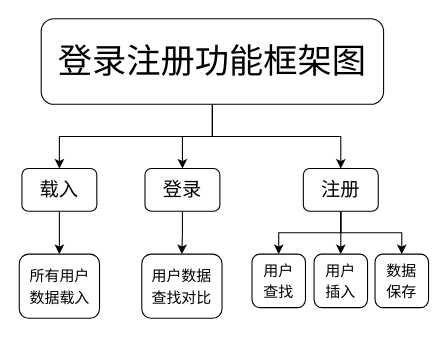
The draw.io diagram 程序设计-王者农药/未命名绘图.drawio in archerror/drawio, before the edit. Source tidied: cells renumbered, new cells numbered last; positions are measured from the earlier drawing's top-left corner, leaving out a move shared by most shapes. Both pictures are drawn from the tidied source at 107%, with x=0, y=0 at pixel (19, 18).
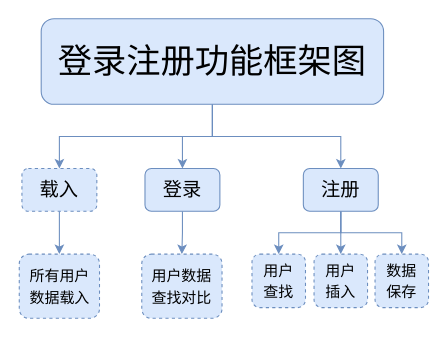
The same diagram, later.

Commit message:
更新未命名绘图.drawio

The edit, as a diff of the source:
```diff
@@
 <mxGraphModel>
   <root>
     <mxCell id="0" />
     <mxCell id="1" parent="0" />
-    <mxCell id="2" style="edgeStyle=orthogonalEdgeStyle;rounded=0;jettySize=auto;html=1;exitX=0.5;exitY=1;exitDx=0;exitDy=0;entryX=0.5;entryY=0;entryDx=0;entryDy=0;fontFamily=Times New Roman;fontSize=16;" parent="1" edge="1" source="5" target="9">
+    <mxCell id="2" style="edgeStyle=orthogonalEdgeStyle;rounded=0;jettySize=auto;html=1;exitX=0.5;exitY=1;exitDx=0;exitDy=0;entryX=0.5;entryY=0;entryDx=0;entryDy=0;fontFamily=Times New Roman;fontSize=16;fillColor=#dae8fc;strokeColor=#6c8ebf;" parent="1" edge="1" source="5" target="9">
       <mxGeometry relative="1" as="geometry" />
     </mxCell>
-    <mxCell id="3" style="edgeStyle=orthogonalEdgeStyle;rounded=0;jettySize=auto;html=1;fontFamily=Times New Roman;fontSize=16;" parent="1" edge="1" source="5" target="13">
+    <mxCell id="3" style="edgeStyle=orthogonalEdgeStyle;rounded=0;jettySize=auto;html=1;fontFamily=Times New Roman;fontSize=16;fillColor=#dae8fc;strokeColor=#6c8ebf;" parent="1" edge="1" source="5" target="13">
       <mxGeometry relative="1" as="geometry" />
     </mxCell>
-    <mxCell id="4" style="edgeStyle=orthogonalEdgeStyle;rounded=0;jettySize=auto;html=1;entryX=0.5;entryY=0;entryDx=0;entryDy=0;fontFamily=Times New Roman;fontSize=16;" parent="1" edge="1" source="5" target="7">
+    <mxCell id="4" style="edgeStyle=orthogonalEdgeStyle;rounded=0;jettySize=auto;html=1;entryX=0.5;entryY=0;entryDx=0;entryDy=0;fontFamily=Times New Roman;fontSize=16;fillColor=#dae8fc;strokeColor=#6c8ebf;" parent="1" edge="1" source="5" target="7">
       <mxGeometry relative="1" as="geometry" />
     </mxCell>
-    <mxCell id="5" value="登录注册功能框架图" style="rounded=1;whiteSpace=wrap;html=1;fontFamily=Times New Roman;fontSize=32;" parent="1" vertex="1">
+    <mxCell id="5" value="登录注册功能框架图" style="rounded=1;whiteSpace=wrap;html=1;fontFamily=Times New Roman;fontSize=32;fillColor=#dae8fc;strokeColor=#6c8ebf;" parent="1" vertex="1">
       <mxGeometry x="20" width="320" height="80" as="geometry" />
     </mxCell>
-    <mxCell id="6" style="edgeStyle=orthogonalEdgeStyle;rounded=0;jettySize=auto;html=1;fontFamily=Times New Roman;fontSize=16;" parent="1" edge="1" source="7" target="14">
+    <mxCell id="6" style="edgeStyle=orthogonalEdgeStyle;rounded=0;jettySize=auto;html=1;fontFamily=Times New Roman;fontSize=16;fillColor=#dae8fc;strokeColor=#6c8ebf;" parent="1" edge="1" source="7" target="14">
       <mxGeometry relative="1" as="geometry" />
     </mxCell>
-    <mxCell id="7" value="&lt;font style=&quot;font-size: 18px;&quot;&gt;载入&lt;/font&gt;" style="rounded=1;whiteSpace=wrap;html=1;fontFamily=Times New Roman;fontSize=16;" parent="1" vertex="1">
+    <mxCell id="7" value="&lt;font style=&quot;font-size: 18px;&quot;&gt;载入&lt;/font&gt;" style="rounded=1;whiteSpace=wrap;html=1;fontFamily=Times New Roman;fontSize=16;dashed=1;fillColor=#dae8fc;strokeColor=#6c8ebf;" parent="1" vertex="1">
       <mxGeometry x="2" y="140" width="70" height="40" as="geometry" />
     </mxCell>
-    <mxCell id="8" style="edgeStyle=orthogonalEdgeStyle;rounded=0;jettySize=auto;html=1;exitX=0.5;exitY=1;exitDx=0;exitDy=0;fontFamily=Times New Roman;fontSize=18;" parent="1" edge="1" source="9" target="15">
+    <mxCell id="8" style="edgeStyle=orthogonalEdgeStyle;rounded=0;jettySize=auto;html=1;exitX=0.5;exitY=1;exitDx=0;exitDy=0;fontFamily=Times New Roman;fontSize=18;fillColor=#dae8fc;strokeColor=#6c8ebf;" parent="1" edge="1" source="9" target="15">
       <mxGeometry relative="1" as="geometry" />
     </mxCell>
-    <mxCell id="9" value="&lt;font style=&quot;font-size: 18px;&quot;&gt;登录&lt;/font&gt;" style="rounded=1;whiteSpace=wrap;html=1;fontFamily=Times New Roman;fontSize=16;" parent="1" vertex="1">
+    <mxCell id="9" value="&lt;font style=&quot;font-size: 18px;&quot;&gt;登录&lt;/font&gt;" style="rounded=1;whiteSpace=wrap;html=1;fontFamily=Times New Roman;fontSize=16;fillColor=#dae8fc;strokeColor=#6c8ebf;" parent="1" vertex="1">
       <mxGeometry x="117" y="140" width="70" height="40" as="geometry" />
     </mxCell>
-    <mxCell id="10" style="edgeStyle=orthogonalEdgeStyle;rounded=0;jettySize=auto;html=1;entryX=0.5;entryY=0;entryDx=0;entryDy=0;fontFamily=Times New Roman;fontSize=18;" parent="1" edge="1" source="13" target="16">
+    <mxCell id="10" style="edgeStyle=orthogonalEdgeStyle;rounded=0;jettySize=auto;html=1;entryX=0.5;entryY=0;entryDx=0;entryDy=0;fontFamily=Times New Roman;fontSize=18;fillColor=#dae8fc;strokeColor=#6c8ebf;" parent="1" edge="1" source="13" target="16">
       <mxGeometry relative="1" as="geometry" />
     </mxCell>
-    <mxCell id="11" style="edgeStyle=orthogonalEdgeStyle;rounded=0;jettySize=auto;html=1;entryX=0.5;entryY=0;entryDx=0;entryDy=0;fontFamily=Times New Roman;fontSize=18;" parent="1" edge="1" source="13" target="17">
+    <mxCell id="11" style="edgeStyle=orthogonalEdgeStyle;rounded=0;jettySize=auto;html=1;entryX=0.5;entryY=0;entryDx=0;entryDy=0;fontFamily=Times New Roman;fontSize=18;fillColor=#dae8fc;strokeColor=#6c8ebf;" parent="1" edge="1" source="13" target="17">
       <mxGeometry relative="1" as="geometry" />
     </mxCell>
-    <mxCell id="12" style="edgeStyle=orthogonalEdgeStyle;rounded=0;jettySize=auto;html=1;entryX=0.5;entryY=0;entryDx=0;entryDy=0;fontFamily=Times New Roman;fontSize=18;exitX=0.5;exitY=1;exitDx=0;exitDy=0;" parent="1" edge="1" source="13" target="18">
+    <mxCell id="12" style="edgeStyle=orthogonalEdgeStyle;rounded=0;jettySize=auto;html=1;entryX=0.5;entryY=0;entryDx=0;entryDy=0;fontFamily=Times New Roman;fontSize=18;exitX=0.5;exitY=1;exitDx=0;exitDy=0;fillColor=#dae8fc;strokeColor=#6c8ebf;" parent="1" edge="1" source="13" target="18">
       <mxGeometry relative="1" as="geometry" />
     </mxCell>
-    <mxCell id="13" value="&lt;font style=&quot;font-size: 18px;&quot;&gt;注册&lt;/font&gt;" style="rounded=1;whiteSpace=wrap;html=1;fontFamily=Times New Roman;fontSize=16;" parent="1" vertex="1">
+    <mxCell id="13" value="&lt;font style=&quot;font-size: 18px;&quot;&gt;注册&lt;/font&gt;" style="rounded=1;whiteSpace=wrap;html=1;fontFamily=Times New Roman;fontSize=16;fillColor=#dae8fc;strokeColor=#6c8ebf;" parent="1" vertex="1">
       <mxGeometry x="265" y="140" width="70" height="40" as="geometry" />
     </mxCell>
-    <mxCell id="14" value="&lt;font style=&quot;font-size: 14px;&quot;&gt;所有用户&lt;br&gt;数据载入&lt;/font&gt;" style="rounded=1;whiteSpace=wrap;html=1;fontFamily=Times New Roman;fontSize=16;" parent="1" vertex="1">
+    <mxCell id="14" value="&lt;font style=&quot;font-size: 14px;&quot;&gt;所有用户&lt;br&gt;数据载入&lt;/font&gt;" style="rounded=1;whiteSpace=wrap;html=1;fontFamily=Times New Roman;fontSize=16;dashed=1;fillColor=#dae8fc;strokeColor=#6c8ebf;" parent="1" vertex="1">
       <mxGeometry x="-0.5" y="220" width="75" height="60" as="geometry" />
     </mxCell>
-    <mxCell id="15" value="&lt;span style=&quot;font-size: 14px;&quot;&gt;用户数据&lt;br&gt;查找对比&lt;/span&gt;" style="rounded=1;whiteSpace=wrap;html=1;fontFamily=Times New Roman;fontSize=16;" parent="1" vertex="1">
+    <mxCell id="15" value="&lt;span style=&quot;font-size: 14px;&quot;&gt;用户数据&lt;br&gt;查找对比&lt;/span&gt;" style="rounded=1;whiteSpace=wrap;html=1;fontFamily=Times New Roman;fontSize=16;dashed=1;fillColor=#dae8fc;strokeColor=#6c8ebf;" parent="1" vertex="1">
       <mxGeometry x="114" y="220" width="75" height="60" as="geometry" />
     </mxCell>
-    <mxCell id="16" value="&lt;span style=&quot;font-size: 14px;&quot;&gt;用户&lt;br&gt;查找&lt;/span&gt;" style="rounded=1;whiteSpace=wrap;html=1;fontFamily=Times New Roman;fontSize=16;" parent="1" vertex="1">
+    <mxCell id="16" value="&lt;span style=&quot;font-size: 14px;&quot;&gt;用户&lt;br&gt;查找&lt;/span&gt;" style="rounded=1;whiteSpace=wrap;html=1;fontFamily=Times New Roman;fontSize=16;dashed=1;fillColor=#dae8fc;strokeColor=#6c8ebf;" parent="1" vertex="1">
       <mxGeometry x="217" y="220" width="50" height="50" as="geometry" />
     </mxCell>
-    <mxCell id="17" value="&lt;span style=&quot;font-size: 14px;&quot;&gt;用户&lt;br&gt;插入&lt;/span&gt;" style="rounded=1;whiteSpace=wrap;html=1;fontFamily=Times New Roman;fontSize=16;" parent="1" vertex="1">
+    <mxCell id="17" value="&lt;span style=&quot;font-size: 14px;&quot;&gt;用户&lt;br&gt;插入&lt;/span&gt;" style="rounded=1;whiteSpace=wrap;html=1;fontFamily=Times New Roman;fontSize=16;dashed=1;fillColor=#dae8fc;strokeColor=#6c8ebf;" parent="1" vertex="1">
       <mxGeometry x="275" y="220" width="50" height="50" as="geometry" />
     </mxCell>
-    <mxCell id="18" value="&lt;span style=&quot;font-size: 14px;&quot;&gt;数据&lt;br&gt;保存&lt;/span&gt;" style="rounded=1;whiteSpace=wrap;html=1;fontFamily=Times New Roman;fontSize=16;" parent="1" vertex="1">
+    <mxCell id="18" value="&lt;span style=&quot;font-size: 14px;&quot;&gt;数据&lt;br&gt;保存&lt;/span&gt;" style="rounded=1;whiteSpace=wrap;html=1;fontFamily=Times New Roman;fontSize=16;dashed=1;fillColor=#dae8fc;strokeColor=#6c8ebf;" parent="1" vertex="1">
       <mxGeometry x="332" y="220" width="50" height="50" as="geometry" />
     </mxCell>
   </root>
 </mxGraphModel>
```
